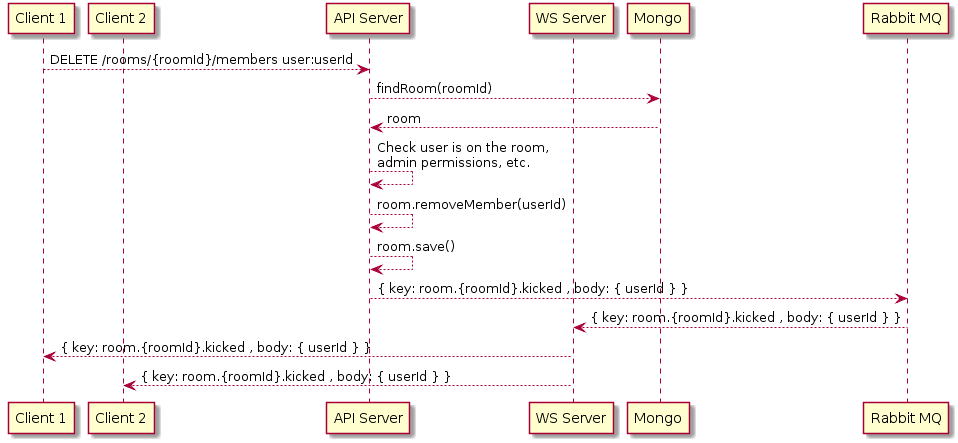
Before: images/kick_user.png, a diagram exported from PlantUML (ahoy-app/documentation). Source of this version:
```plantuml
@startuml
skinparam componentStyle uml2

participant "Client 1" as c1
participant "Client 2" as c2

participant "API Server" as as
participant "WS Server" as ws

participant "Mongo" as mdb

participant "Rabbit MQ" as rbb


c1 --> as : DELETE /rooms/{roomId}/members user:userId
as --> mdb : findRoom(roomId)
as <-- mdb : room
as --> as : Check user is on the room,\nadmin permissions, etc.
as --> as : room.removeMember(userId)
as --> as : room.save()
as --> rbb : { key: room.{roomId}.kicked , body: { userId } }

rbb --> ws : { key: room.{roomId}.kicked , body: { userId } }

ws --> c1 : { key: room.{roomId}.kicked , body: { userId } }
ws --> c2 : { key: room.{roomId}.kicked , body: { userId } }

@enduml
```
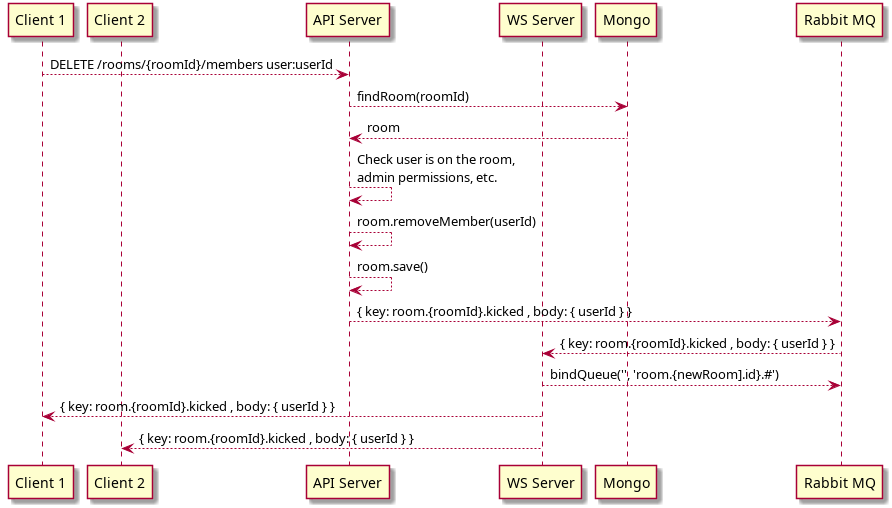
Above is the later version.

Change to the diagram source:
```diff
@@ -22,6 +22,8 @@
 
 rbb --> ws : { key: room.{roomId}.kicked , body: { userId } }
 
+ws --> rbb : bindQueue('', 'room.{newRoom].id}.#')
+
 ws --> c1 : { key: room.{roomId}.kicked , body: { userId } }
 ws --> c2 : { key: room.{roomId}.kicked , body: { userId } }
 
```
